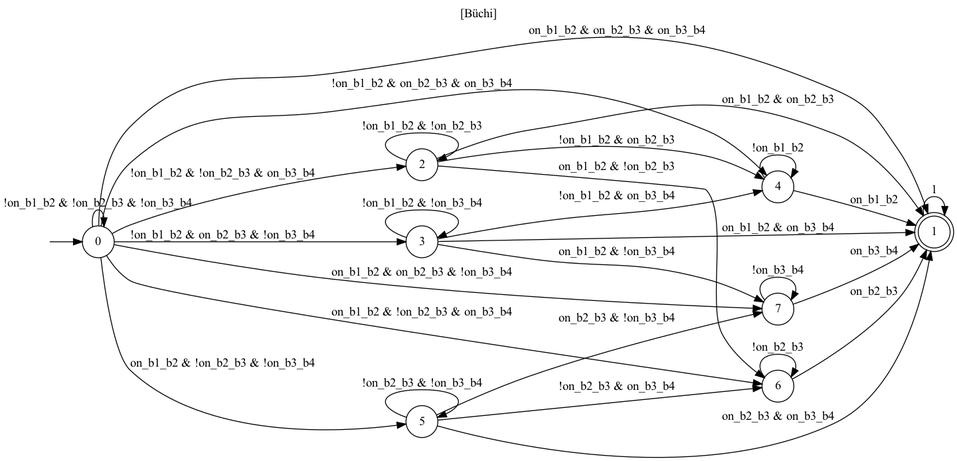
Above: pddlDfa0.png in YuliiaSuprun/Task-Planning-with-TEGs (Graphviz), before the change. Its source is kept beside it as pddlDfa0.dot.
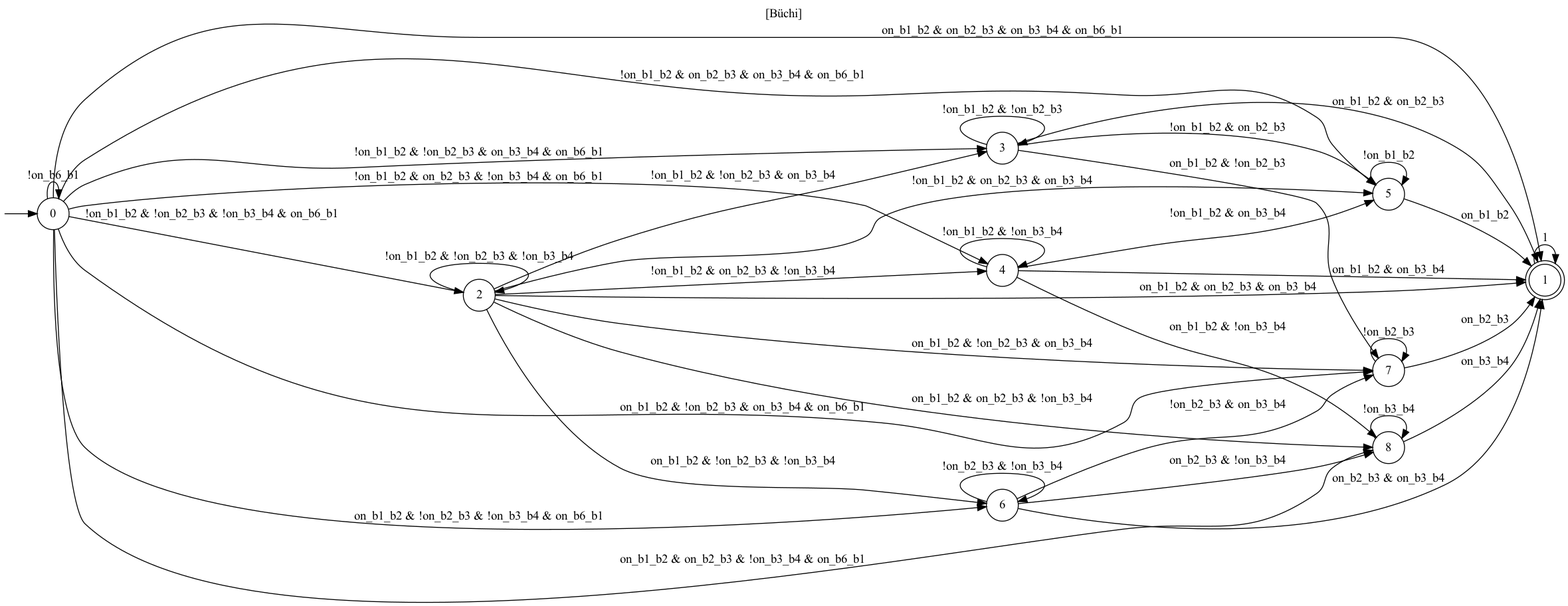
The same file after the commit.

Change to the diagram source:
```diff
@@ -6,38 +6,48 @@
   I [label="", style=invis, width=0]
   I -> 0
   0 [label="0"]
-  0 -> 0 [label="!on_b1_b2 & !on_b2_b3 & !on_b3_b4"]
-  0 -> 1 [label="on_b1_b2 & on_b2_b3 & on_b3_b4"]
-  0 -> 2 [label="!on_b1_b2 & !on_b2_b3 & on_b3_b4"]
-  0 -> 3 [label="!on_b1_b2 & on_b2_b3 & !on_b3_b4"]
-  0 -> 4 [label="!on_b1_b2 & on_b2_b3 & on_b3_b4"]
-  0 -> 5 [label="on_b1_b2 & !on_b2_b3 & !on_b3_b4"]
-  0 -> 6 [label="on_b1_b2 & !on_b2_b3 & on_b3_b4"]
-  0 -> 7 [label="on_b1_b2 & on_b2_b3 & !on_b3_b4"]
+  0 -> 0 [label="!on_b6_b1"]
+  0 -> 1 [label="on_b1_b2 & on_b2_b3 & on_b3_b4 & on_b6_b1"]
+  0 -> 2 [label="!on_b1_b2 & !on_b2_b3 & !on_b3_b4 & on_b6_b1"]
+  0 -> 3 [label="!on_b1_b2 & !on_b2_b3 & on_b3_b4 & on_b6_b1"]
+  0 -> 4 [label="!on_b1_b2 & on_b2_b3 & !on_b3_b4 & on_b6_b1"]
+  0 -> 5 [label="!on_b1_b2 & on_b2_b3 & on_b3_b4 & on_b6_b1"]
+  0 -> 6 [label="on_b1_b2 & !on_b2_b3 & !on_b3_b4 & on_b6_b1"]
+  0 -> 7 [label="on_b1_b2 & !on_b2_b3 & on_b3_b4 & on_b6_b1"]
+  0 -> 8 [label="on_b1_b2 & on_b2_b3 & !on_b3_b4 & on_b6_b1"]
   1 [label="1", peripheries=2]
   1 -> 1 [label="1"]
   2 [label="2"]
-  2 -> 1 [label="on_b1_b2 & on_b2_b3"]
-  2 -> 2 [label="!on_b1_b2 & !on_b2_b3"]
-  2 -> 4 [label="!on_b1_b2 & on_b2_b3"]
-  2 -> 6 [label="on_b1_b2 & !on_b2_b3"]
+  2 -> 1 [label="on_b1_b2 & on_b2_b3 & on_b3_b4"]
+  2 -> 2 [label="!on_b1_b2 & !on_b2_b3 & !on_b3_b4"]
+  2 -> 3 [label="!on_b1_b2 & !on_b2_b3 & on_b3_b4"]
+  2 -> 4 [label="!on_b1_b2 & on_b2_b3 & !on_b3_b4"]
+  2 -> 5 [label="!on_b1_b2 & on_b2_b3 & on_b3_b4"]
+  2 -> 6 [label="on_b1_b2 & !on_b2_b3 & !on_b3_b4"]
+  2 -> 7 [label="on_b1_b2 & !on_b2_b3 & on_b3_b4"]
+  2 -> 8 [label="on_b1_b2 & on_b2_b3 & !on_b3_b4"]
   3 [label="3"]
-  3 -> 1 [label="on_b1_b2 & on_b3_b4"]
-  3 -> 3 [label="!on_b1_b2 & !on_b3_b4"]
-  3 -> 4 [label="!on_b1_b2 & on_b3_b4"]
-  3 -> 7 [label="on_b1_b2 & !on_b3_b4"]
+  3 -> 1 [label="on_b1_b2 & on_b2_b3"]
+  3 -> 3 [label="!on_b1_b2 & !on_b2_b3"]
+  3 -> 5 [label="!on_b1_b2 & on_b2_b3"]
+  3 -> 7 [label="on_b1_b2 & !on_b2_b3"]
   4 [label="4"]
-  4 -> 1 [label="on_b1_b2"]
-  4 -> 4 [label="!on_b1_b2"]
+  4 -> 1 [label="on_b1_b2 & on_b3_b4"]
+  4 -> 4 [label="!on_b1_b2 & !on_b3_b4"]
+  4 -> 5 [label="!on_b1_b2 & on_b3_b4"]
+  4 -> 8 [label="on_b1_b2 & !on_b3_b4"]
   5 [label="5"]
-  5 -> 1 [label="on_b2_b3 & on_b3_b4"]
-  5 -> 5 [label="!on_b2_b3 & !on_b3_b4"]
-  5 -> 6 [label="!on_b2_b3 & on_b3_b4"]
-  5 -> 7 [label="on_b2_b3 & !on_b3_b4"]
+  5 -> 1 [label="on_b1_b2"]
+  5 -> 5 [label="!on_b1_b2"]
   6 [label="6"]
-  6 -> 1 [label="on_b2_b3"]
-  6 -> 6 [label="!on_b2_b3"]
+  6 -> 1 [label="on_b2_b3 & on_b3_b4"]
+  6 -> 6 [label="!on_b2_b3 & !on_b3_b4"]
+  6 -> 7 [label="!on_b2_b3 & on_b3_b4"]
+  6 -> 8 [label="on_b2_b3 & !on_b3_b4"]
   7 [label="7"]
-  7 -> 1 [label="on_b3_b4"]
-  7 -> 7 [label="!on_b3_b4"]
+  7 -> 1 [label="on_b2_b3"]
+  7 -> 7 [label="!on_b2_b3"]
+  8 [label="8"]
+  8 -> 1 [label="on_b3_b4"]
+  8 -> 8 [label="!on_b3_b4"]
 }
```
